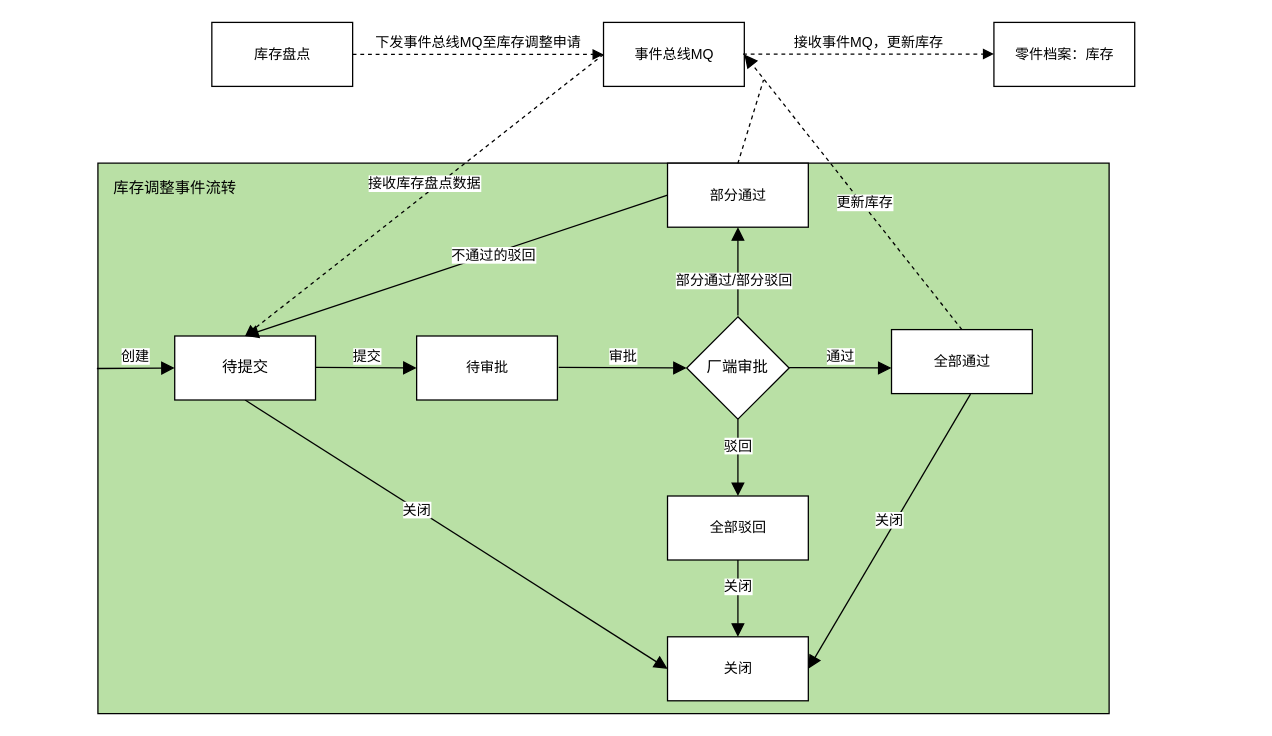
The draw.io diagram page "事件图" (4 of 5) of 库存调整申请单.drawio in 1132489442/gitRepository1, before the edit. Source tidied: cells renumbered, new cells numbered last; positions are measured from the earlier drawing's top-left corner, leaving out a move shared by most shapes. Both pictures are drawn from the tidied source at 128%, with x=0, y=0 at pixel (97, 22).
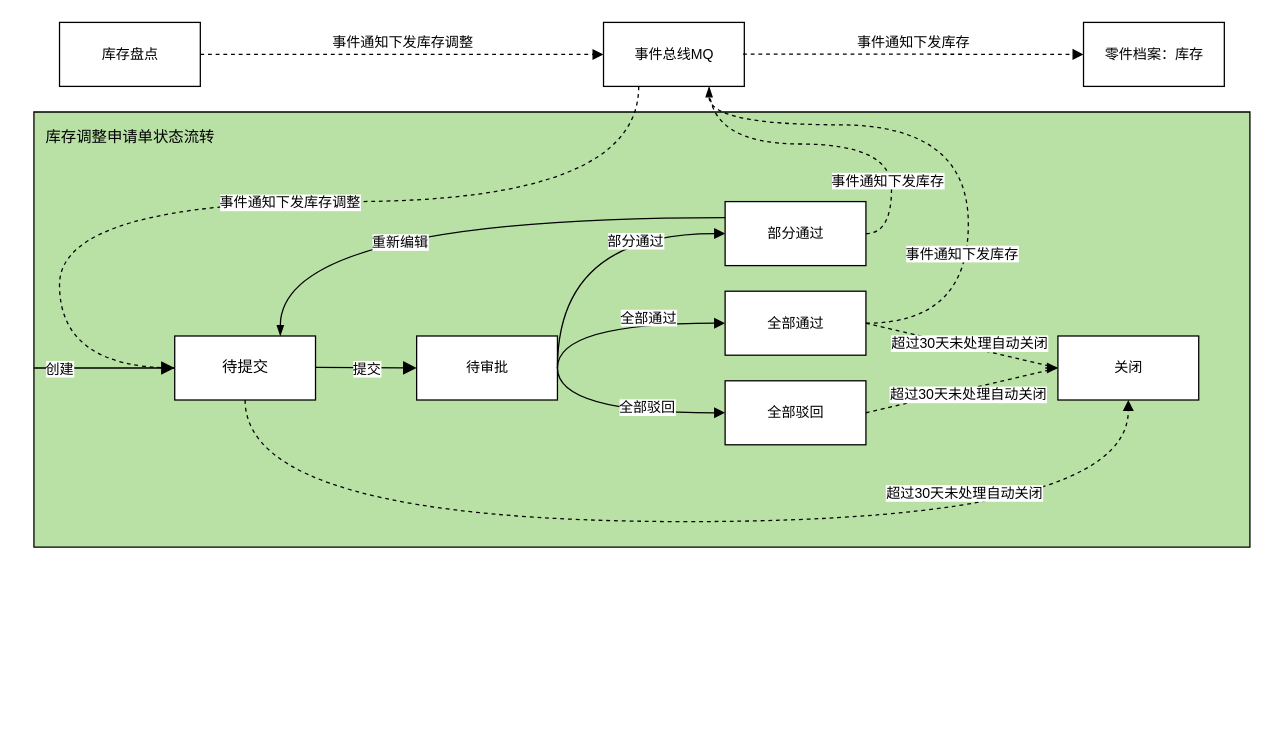
The same page after the edit.

Commit message:
更新库存调整申请单.drawio

The change refers to these unchanged cells:
```xml
<mxCell id="5" value="&lt;span style=&quot;font-size: 11px ; background-color: rgb(255 , 255 , 255)&quot;&gt;待审批&lt;/span&gt;" style="html=1;fillColor=#FFFFFF;" parent="1" vertex="1">
  <mxGeometry x="249" y="245" width="110" height="50" as="geometry" />
</mxCell>
<mxCell id="18" value="&lt;font face=&quot;helvetica&quot;&gt;待提交&lt;/font&gt;" style="html=1;fillColor=#FFFFFF;" parent="1" vertex="1">
  <mxGeometry x="60" y="245" width="110" height="50" as="geometry" />
</mxCell>
<mxCell id="24" value="&lt;span style=&quot;font-size: 11px ; background-color: rgb(255 , 255 , 255)&quot;&gt;事件总线MQ&lt;/span&gt;" style="html=1;fillColor=#FFFFFF;" parent="1" vertex="1">
  <mxGeometry x="395" width="110" height="50" as="geometry" />
</mxCell>
```

Change to the diagram source:
```diff
@@
     <mxCell id="2" style="verticalLabelPosition=bottom;verticalAlign=top;html=1;shape=mxgraph.basic.rect;fillColor2=none;strokeWidth=1;size=20;indent=5;fillColor=#B9E0A5;" parent="1" vertex="1">
-      <mxGeometry y="110" width="790" height="430" as="geometry" />
+      <mxGeometry x="-50" y="70" width="950" height="340" as="geometry" />
     </mxCell>
-    <mxCell id="3" value="库存调整事件流转" style="text;html=1;align=center;verticalAlign=middle;strokeColor=none;fillColor=none;" parent="1" vertex="1">
-      <mxGeometry x="5" y="120" width="110" height="20" as="geometry" />
-    </mxCell>
     <mxCell id="4" value="提交" style="html=1;verticalAlign=bottom;endArrow=block;rounded=0;entryX=0;entryY=0.5;entryDx=0;entryDy=0;endFill=1;endSize=8;" parent="1" edge="1" target="5">
-      <mxGeometry relative="1" as="geometry">
+      <mxGeometry x="0.01" y="-10" relative="1" as="geometry">
         <mxPoint x="170" y="269.5" as="sourcePoint" />
       </mxGeometry>
     </mxCell>
@@
-    <mxCell id="6" value="厂端审批" style="rhombus;whiteSpace=wrap;html=1;" parent="1" vertex="1">
-      <mxGeometry x="460" y="230" width="80" height="80" as="geometry" />
-    </mxCell>
-    <mxCell id="7" value="审批" style="html=1;verticalAlign=bottom;endArrow=block;rounded=0;entryX=0;entryY=0.5;entryDx=0;entryDy=0;endFill=1;endSize=8;" parent="1" edge="1" target="6">
-      <mxGeometry relative="1" as="geometry">
-        <mxPoint x="360" y="269.5" as="sourcePoint" />
-      </mxGeometry>
-    </mxCell>
     <mxCell id="8" value="&lt;span style=&quot;font-size: 11px ; background-color: rgb(255 , 255 , 255)&quot;&gt;全部驳回&lt;/span&gt;" style="html=1;fillColor=#FFFFFF;" parent="1" vertex="1">
-      <mxGeometry x="445" y="370" width="110" height="50" as="geometry" />
+      <mxGeometry x="490" y="280" width="110" height="50" as="geometry" />
     </mxCell>
+    <mxCell id="23" style="edgeStyle=orthogonalEdgeStyle;curved=1;rounded=0;jettySize=auto;html=1;exitX=1;exitY=0.5;exitDx=0;exitDy=0;entryX=0.75;entryY=1;entryDx=0;entryDy=0;dashed=1;endArrow=blockThin;endFill=1;" parent="1" edge="1" source="9" target="24">
+      <mxGeometry relative="1" as="geometry">
+        <Array as="points">
+          <mxPoint x="680" y="235" />
+          <mxPoint x="680" y="80" />
+          <mxPoint x="477" y="80" />
+        </Array>
+      </mxGeometry>
+    </mxCell>
+    <mxCell id="29" value="事件通知下发库存" style="edgeLabel;html=1;align=center;verticalAlign=middle;" parent="23" vertex="1">
+      <mxGeometry x="-0.16" y="6" relative="1" as="geometry">
+        <mxPoint y="61" as="offset" />
+      </mxGeometry>
+    </mxCell>
     <mxCell id="9" value="&lt;span style=&quot;font-size: 11px ; background-color: rgb(255 , 255 , 255)&quot;&gt;全部通过&lt;/span&gt;" style="html=1;fillColor=#FFFFFF;" parent="1" vertex="1">
-      <mxGeometry x="620" y="240" width="110" height="50" as="geometry" />
+      <mxGeometry x="490" y="210" width="110" height="50" as="geometry" />
     </mxCell>
+    <mxCell id="30" style="edgeStyle=orthogonalEdgeStyle;curved=1;rounded=0;jettySize=auto;html=1;exitX=1;exitY=0.5;exitDx=0;exitDy=0;entryX=0.75;entryY=1;entryDx=0;entryDy=0;dashed=1;endArrow=none;endFill=0;" parent="1" edge="1" source="10" target="24">
+      <mxGeometry relative="1" as="geometry" />
+    </mxCell>
+    <mxCell id="31" value="事件通知下发库存" style="edgeLabel;html=1;align=center;verticalAlign=middle;" parent="30" vertex="1">
+      <mxGeometry x="-0.55" y="4" relative="1" as="geometry" />
+    </mxCell>
+    <mxCell id="21" style="edgeStyle=orthogonalEdgeStyle;curved=1;rounded=0;jettySize=auto;html=1;exitX=0;exitY=0.25;exitDx=0;exitDy=0;entryX=0.75;entryY=0;entryDx=0;entryDy=0;endArrow=blockThin;endFill=1;" parent="1" edge="1" source="10" target="18">
+      <mxGeometry relative="1" as="geometry" />
+    </mxCell>
+    <mxCell id="32" value="重新编辑" style="edgeLabel;html=1;align=center;verticalAlign=middle;" parent="21" vertex="1">
+      <mxGeometry x="0.16" y="19" relative="1" as="geometry" />
+    </mxCell>
     <mxCell id="10" value="&lt;span style=&quot;font-size: 11px ; background-color: rgb(255 , 255 , 255)&quot;&gt;部分通过&lt;/span&gt;" style="html=1;fillColor=#FFFFFF;" parent="1" vertex="1">
-      <mxGeometry x="445" y="110" width="110" height="50" as="geometry" />
+      <mxGeometry x="490" y="140" width="110" height="50" as="geometry" />
     </mxCell>
     <mxCell id="11" value="&lt;span style=&quot;font-size: 11px ; background-color: rgb(255 , 255 , 255)&quot;&gt;关闭&lt;/span&gt;" style="html=1;fillColor=#FFFFFF;" parent="1" vertex="1">
-      <mxGeometry x="445" y="480" width="110" height="50" as="geometry" />
+      <mxGeometry x="750" y="245" width="110" height="50" as="geometry" />
     </mxCell>
-    <mxCell id="12" value="通过" style="html=1;verticalAlign=bottom;endArrow=block;rounded=0;endFill=1;endSize=8;" parent="1" edge="1">
-      <mxGeometry relative="1" as="geometry">
-        <mxPoint x="540" y="269.7" as="sourcePoint" />
-        <mxPoint x="620" y="270" as="targetPoint" />
-      </mxGeometry>
-    </mxCell>
-    <mxCell id="13" value="驳回" style="html=1;verticalAlign=bottom;endArrow=block;rounded=0;exitX=0.5;exitY=1;exitDx=0;exitDy=0;entryX=0.5;entryY=0;entryDx=0;entryDy=0;endFill=1;endSize=8;" parent="1" edge="1" source="6" target="8">
-      <mxGeometry relative="1" as="geometry" />
-    </mxCell>
-    <mxCell id="14" value="部分通过/部分驳回" style="html=1;verticalAlign=bottom;endArrow=block;rounded=0;exitX=0.5;exitY=0;exitDx=0;exitDy=0;entryX=0.5;entryY=1;entryDx=0;entryDy=0;endFill=1;endSize=8;" parent="1" edge="1" target="10">
-      <mxGeometry x="-0.48" y="3" relative="1" as="geometry">
-        <mxPoint x="500" y="229" as="sourcePoint" />
-      </mxGeometry>
-    </mxCell>
-    <mxCell id="15" value="关闭" style="html=1;verticalAlign=bottom;endArrow=block;rounded=0;exitX=0.5;exitY=1;exitDx=0;exitDy=0;entryX=0.5;entryY=0;entryDx=0;entryDy=0;endFill=1;endSize=8;" parent="1" edge="1">
-      <mxGeometry relative="1" as="geometry">
-        <mxPoint x="500" y="420" as="sourcePoint" />
-        <mxPoint x="500" y="480" as="targetPoint" />
-      </mxGeometry>
-    </mxCell>
-    <mxCell id="16" value="关闭" style="html=1;verticalAlign=bottom;endArrow=block;rounded=0;exitX=0.561;exitY=1.008;exitDx=0;exitDy=0;entryX=1;entryY=0.5;entryDx=0;entryDy=0;exitPerimeter=0;endFill=1;endSize=8;" parent="1" edge="1" source="9" target="11">
-      <mxGeometry relative="1" as="geometry" />
-    </mxCell>
-    <mxCell id="17" value="关闭" style="html=1;verticalAlign=bottom;endArrow=block;rounded=0;exitX=0.5;exitY=1;exitDx=0;exitDy=0;entryX=0;entryY=0.5;entryDx=0;entryDy=0;endFill=1;endSize=8;" parent="1" edge="1">
-      <mxGeometry x="-0.16" y="-8" relative="1" as="geometry">
-        <mxPoint x="115" y="295" as="sourcePoint" />
-        <mxPoint x="445" y="505" as="targetPoint" />
-      </mxGeometry>
-    </mxCell>
+    <mxCell id="33" style="edgeStyle=orthogonalEdgeStyle;curved=1;rounded=0;jettySize=auto;html=1;exitX=0.5;exitY=1;exitDx=0;exitDy=0;entryX=0.5;entryY=1;entryDx=0;entryDy=0;dashed=1;endArrow=block;endFill=1;" parent="1" edge="1" source="18" target="11">
+      <mxGeometry relative="1" as="geometry">
+        <Array as="points">
+          <mxPoint x="115" y="390" />
+          <mxPoint x="805" y="390" />
+        </Array>
+      </mxGeometry>
+    </mxCell>
+    <mxCell id="34" value="超过30天未处理自动关闭" style="edgeLabel;html=1;align=center;verticalAlign=middle;" parent="33" vertex="1">
+      <mxGeometry x="0.49" y="23" relative="1" as="geometry" />
+    </mxCell>
@@
-    <mxCell id="19" value="创建" style="html=1;verticalAlign=bottom;endArrow=block;rounded=0;entryX=0;entryY=0.5;entryDx=0;entryDy=0;endFill=1;endSize=8;exitX=-0.001;exitY=0.373;exitDx=0;exitDy=0;exitPerimeter=0;" parent="1" edge="1" source="2" target="18">
-      <mxGeometry relative="1" as="geometry" />
+    <mxCell id="19" value="创建" style="html=1;verticalAlign=bottom;endArrow=block;rounded=0;entryX=0;entryY=0.5;entryDx=0;entryDy=0;endFill=1;endSize=8;" parent="1" edge="1" target="18">
+      <mxGeometry x="-0.64" y="-10" relative="1" as="geometry">
+        <mxPoint x="-50" y="270" as="sourcePoint" />
+      </mxGeometry>
     </mxCell>
     <mxCell id="20" value="&lt;span style=&quot;font-size: 11px ; background-color: rgb(255 , 255 , 255)&quot;&gt;库存盘点&lt;/span&gt;" style="html=1;fillColor=#FFFFFF;" parent="1" vertex="1">
-      <mxGeometry x="89" width="110" height="50" as="geometry" />
+      <mxGeometry x="-30" width="110" height="50" as="geometry" />
     </mxCell>
-    <mxCell id="21" value="不通过的驳回" style="html=1;verticalAlign=bottom;endArrow=block;rounded=0;exitX=0;exitY=0.5;exitDx=0;exitDy=0;entryX=0.5;entryY=0;entryDx=0;entryDy=0;endFill=1;endSize=8;" parent="1" edge="1" source="10" target="18">
-      <mxGeometry x="-0.16" y="9" relative="1" as="geometry">
-        <mxPoint y="1" as="offset" />
-      </mxGeometry>
-    </mxCell>
     <mxCell id="22" value="&lt;span style=&quot;font-size: 11px ; background-color: rgb(255 , 255 , 255)&quot;&gt;零件档案：库存&lt;/span&gt;" style="html=1;fillColor=#FFFFFF;" parent="1" vertex="1">
-      <mxGeometry x="700" width="110" height="50" as="geometry" />
+      <mxGeometry x="770" width="110" height="50" as="geometry" />
     </mxCell>
-    <mxCell id="23" value="更新库存" style="html=1;verticalAlign=bottom;endArrow=block;rounded=0;endFill=1;endSize=8;dashed=1;exitX=0.5;exitY=0;exitDx=0;exitDy=0;entryX=1;entryY=0.5;entryDx=0;entryDy=0;" parent="1" edge="1" source="9" target="24">
-      <mxGeometry x="-0.14" y="4" relative="1" as="geometry" />
-    </mxCell>
+    <mxCell id="26" style="edgeStyle=orthogonalEdgeStyle;curved=1;rounded=0;jettySize=auto;html=1;exitX=0.25;exitY=1;exitDx=0;exitDy=0;entryX=0;entryY=0.5;entryDx=0;entryDy=0;endArrow=none;endFill=0;dashed=1;" parent="1" edge="1" source="24" target="18">
+      <mxGeometry relative="1" as="geometry">
+        <Array as="points">
+          <mxPoint x="423" y="140" />
+          <mxPoint x="-30" y="140" />
+          <mxPoint x="-30" y="270" />
+        </Array>
+      </mxGeometry>
+    </mxCell>
+    <mxCell id="35" value="事件通知下发库存调整" style="edgeLabel;html=1;align=center;verticalAlign=middle;" parent="26" vertex="1">
+      <mxGeometry x="-0.02" y="9" relative="1" as="geometry">
+        <mxPoint x="11" y="-9" as="offset" />
+      </mxGeometry>
+    </mxCell>
@@
-    <mxCell id="25" value="下发事件总线MQ至库存调整申请" style="html=1;verticalAlign=bottom;endArrow=block;rounded=0;dashed=1;exitX=1;exitY=0.5;exitDx=0;exitDy=0;entryX=0;entryY=0.5;entryDx=0;entryDy=0;" parent="1" edge="1" source="20" target="24">
+    <mxCell id="25" value="事件通知下发库存调整" style="html=1;verticalAlign=bottom;endArrow=block;rounded=0;dashed=1;exitX=1;exitY=0.5;exitDx=0;exitDy=0;entryX=0;entryY=0.5;entryDx=0;entryDy=0;" parent="1" edge="1" source="20" target="24">
       <mxGeometry relative="1" as="geometry" />
     </mxCell>
-    <mxCell id="26" value="接收库存盘点数据" style="html=1;verticalAlign=bottom;endArrow=block;rounded=0;dashed=1;exitX=0;exitY=0.5;exitDx=0;exitDy=0;entryX=0.5;entryY=0;entryDx=0;entryDy=0;" parent="1" edge="1" source="24" target="18">
-      <mxGeometry relative="1" as="geometry" />
-    </mxCell>
-    <mxCell id="27" value="接收事件MQ，更新库存" style="html=1;verticalAlign=bottom;endArrow=block;rounded=0;dashed=1;exitX=1;exitY=0.5;exitDx=0;exitDy=0;entryX=0;entryY=0.5;entryDx=0;entryDy=0;" parent="1" edge="1">
+    <mxCell id="27" value="事件通知下发库存" style="html=1;verticalAlign=bottom;endArrow=block;rounded=0;dashed=1;exitX=1;exitY=0.5;exitDx=0;exitDy=0;entryX=0;entryY=0.5;entryDx=0;entryDy=0;" parent="1" edge="1" target="22">
       <mxGeometry relative="1" as="geometry">
         <mxPoint x="504" y="24.7" as="sourcePoint" />
-        <mxPoint x="700" y="24.7" as="targetPoint" />
       </mxGeometry>
     </mxCell>
-    <mxCell id="28" style="endArrow=none;dashed=1;html=1;rounded=0;curved=1;exitX=0.5;exitY=0;exitDx=0;exitDy=0;" parent="1" edge="1" source="10">
-      <mxGeometry relative="1" as="geometry">
-        <mxPoint x="520" y="45" as="targetPoint" />
-      </mxGeometry>
-    </mxCell>
+    <mxCell id="36" value="全部驳回" style="html=1;verticalAlign=bottom;endArrow=block;rounded=0;entryX=0;entryY=0.5;entryDx=0;entryDy=0;edgeStyle=orthogonalEdgeStyle;curved=1;exitX=1;exitY=0.5;exitDx=0;exitDy=0;" parent="1" edge="1" source="5" target="8">
+      <mxGeometry x="0.27" y="-5" relative="1" as="geometry">
+        <Array as="points">
+          <mxPoint x="359" y="305" />
+        </Array>
+      </mxGeometry>
+    </mxCell>
+    <mxCell id="37" value="全部通过" style="html=1;verticalAlign=bottom;endArrow=block;rounded=0;entryX=0;entryY=0.5;entryDx=0;entryDy=0;edgeStyle=orthogonalEdgeStyle;curved=1;" parent="1" edge="1" target="9">
+      <mxGeometry x="0.28" y="-5" relative="1" as="geometry">
+        <mxPoint x="359" y="270" as="sourcePoint" />
+        <Array as="points">
+          <mxPoint x="359" y="235" />
+        </Array>
+      </mxGeometry>
+    </mxCell>
+    <mxCell id="38" value="部分通过" style="html=1;verticalAlign=bottom;endArrow=block;rounded=0;edgeStyle=orthogonalEdgeStyle;curved=1;entryX=0;entryY=0.5;entryDx=0;entryDy=0;" parent="1" edge="1" target="10">
+      <mxGeometry x="0.41" y="-15" relative="1" as="geometry">
+        <mxPoint x="359" y="270" as="sourcePoint" />
+        <Array as="points">
+          <mxPoint x="359" y="165" />
+        </Array>
+      </mxGeometry>
+    </mxCell>
+    <mxCell id="16" style="html=1;verticalAlign=bottom;endArrow=none;rounded=0;dashed=1;curved=1;entryX=0;entryY=0.5;entryDx=0;entryDy=0;exitX=1;exitY=0.5;exitDx=0;exitDy=0;endFill=0;" parent="1" edge="1" source="9" target="11">
+      <mxGeometry relative="1" as="geometry" />
+    </mxCell>
+    <mxCell id="39" value="超过30天未处理自动关闭" style="edgeLabel;html=1;align=center;verticalAlign=middle;" parent="16" vertex="1">
+      <mxGeometry x="-0.14" y="1" relative="1" as="geometry">
+        <mxPoint x="16" y="1" as="offset" />
+      </mxGeometry>
+    </mxCell>
+    <mxCell id="40" style="html=1;verticalAlign=bottom;endArrow=none;rounded=0;dashed=1;curved=1;entryX=0;entryY=0.5;entryDx=0;entryDy=0;exitX=1;exitY=0.5;exitDx=0;exitDy=0;endFill=0;" parent="1" edge="1" source="8" target="11">
+      <mxGeometry relative="1" as="geometry" />
+    </mxCell>
+    <mxCell id="41" value="超过30天未处理自动关闭" style="edgeLabel;html=1;align=center;verticalAlign=middle;" parent="40" vertex="1">
+      <mxGeometry x="-0.34" y="-1" relative="1" as="geometry">
+        <mxPoint x="30" y="-4" as="offset" />
+      </mxGeometry>
+    </mxCell>
+    <mxCell id="42" style="html=1;verticalAlign=bottom;endArrow=block;rounded=0;dashed=1;curved=1;entryX=0;entryY=0.5;entryDx=0;entryDy=0;" parent="1" edge="1" target="11">
+      <mxGeometry relative="1" as="geometry">
+        <mxPoint x="740" y="270" as="sourcePoint" />
+      </mxGeometry>
+    </mxCell>
+    <mxCell id="43" value="库存调整申请单状态流转" style="text;html=1;align=center;verticalAlign=middle;strokeColor=none;fillColor=none;" parent="1" vertex="1">
+      <mxGeometry x="-50" y="80" width="150" height="20" as="geometry" />
+    </mxCell>
```
